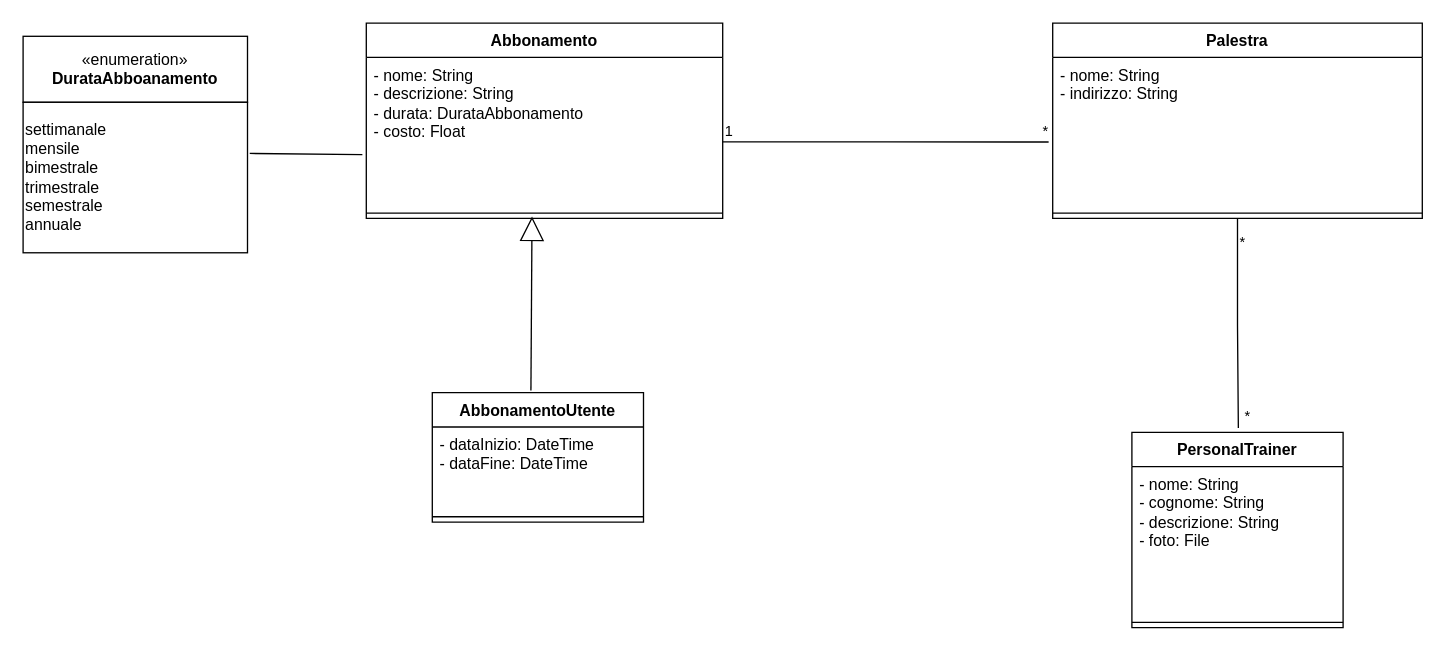
Before: Diagrammi_UML/Palestra.drawio in JosephBoom02/Progetto_Ingegneria_del_Software, a draw.io diagram. Source tidied: cells renumbered, new cells numbered last; positions are measured from the earlier drawing's top-left corner, leaving out a move shared by most shapes. Both pictures are drawn from the tidied source at 132%, with x=0, y=0 at pixel (22, 22).
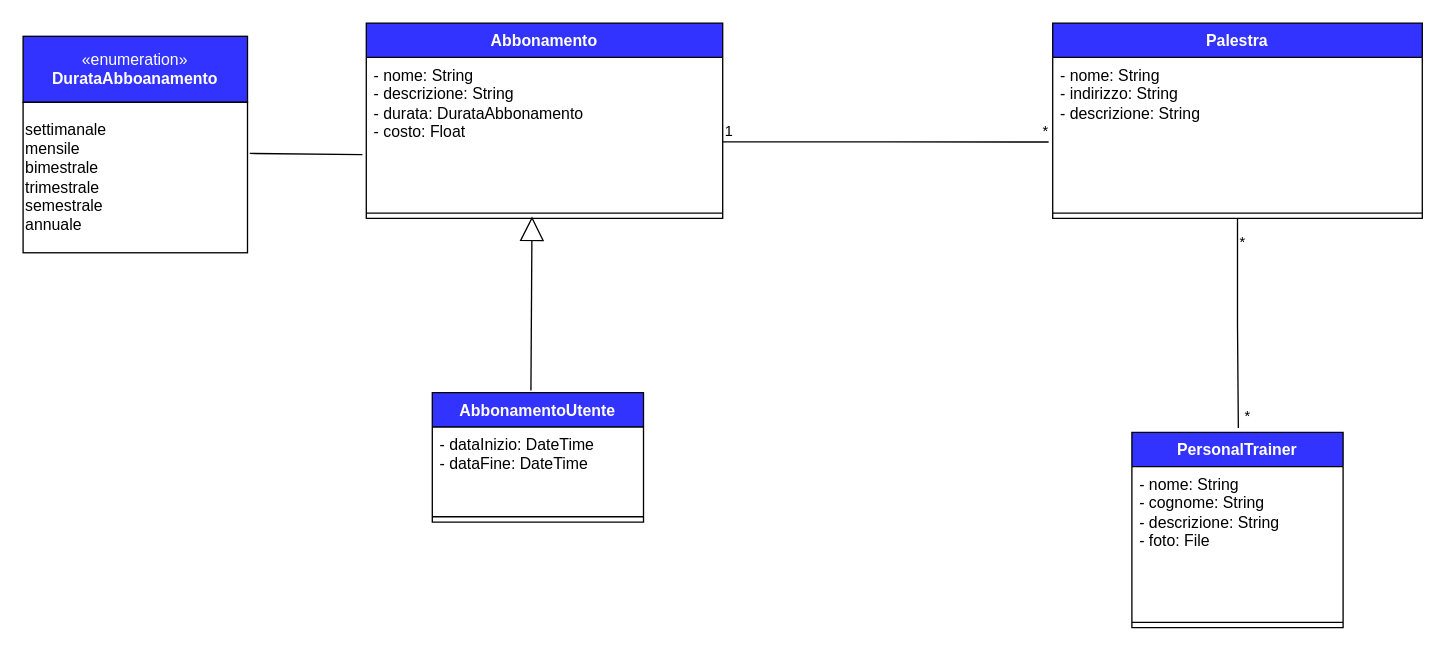
The same page after the edit.

Change to the diagram source:
```diff
@@
-    <mxCell id="2" value="Abbonamento" style="swimlane;fontStyle=1;align=center;verticalAlign=top;horizontal=1;startSize=26;whiteSpace=wrap;html=1;" parent="1" vertex="1">
+    <mxCell id="2" value="&lt;font color=&quot;#ffffff&quot;&gt;Abbonamento&lt;/font&gt;" style="swimlane;fontStyle=1;align=center;verticalAlign=top;horizontal=1;startSize=26;whiteSpace=wrap;html=1;fillColor=#3333FF;" parent="1" vertex="1">
       <mxGeometry x="260" width="270" height="148" as="geometry" />
     </mxCell>
@@
-    <mxCell id="5" value="«enumeration»&lt;br&gt;&lt;b&gt;DurataAbboanamento&lt;/b&gt;" style="html=1;whiteSpace=wrap;" parent="1" vertex="1">
+    <mxCell id="5" value="&lt;font color=&quot;#ffffff&quot;&gt;«enumeration»&lt;br&gt;&lt;b&gt;DurataAbboanamento&lt;/b&gt;&lt;/font&gt;" style="html=1;whiteSpace=wrap;fillColor=#3333FF;" parent="1" vertex="1">
       <mxGeometry y="10" width="170" height="50" as="geometry" />
     </mxCell>
@@
-    <mxCell id="8" value="Palestra" style="swimlane;fontStyle=1;align=center;verticalAlign=top;horizontal=1;startSize=26;whiteSpace=wrap;html=1;" parent="1" vertex="1">
+    <mxCell id="8" value="&lt;font color=&quot;#ffffff&quot;&gt;Palestra&lt;/font&gt;" style="swimlane;fontStyle=1;align=center;verticalAlign=top;horizontal=1;startSize=26;whiteSpace=wrap;html=1;fillColor=#3333FF;" parent="1" vertex="1">
       <mxGeometry x="780" width="280" height="148" as="geometry" />
     </mxCell>
-    <mxCell id="9" value="&lt;div&gt;- nome: String&lt;/div&gt;&lt;div&gt;- indirizzo: String&lt;/div&gt;" style="text;strokeColor=none;fillColor=none;align=left;verticalAlign=top;spacingLeft=4;spacingRight=4;overflow=hidden;points=[[0,0.5],[1,0.5]];portConstraint=eastwest;whiteSpace=wrap;html=1;" parent="8" vertex="1">
+    <mxCell id="9" value="&lt;div&gt;- nome: String&lt;/div&gt;&lt;div&gt;- indirizzo: String&lt;/div&gt;&lt;div&gt;- descrizione: String&lt;br&gt;&lt;/div&gt;" style="text;strokeColor=none;fillColor=none;align=left;verticalAlign=top;spacingLeft=4;spacingRight=4;overflow=hidden;points=[[0,0.5],[1,0.5]];portConstraint=eastwest;whiteSpace=wrap;html=1;" parent="8" vertex="1">
       <mxGeometry y="26" width="280" height="114" as="geometry" />
     </mxCell>
@@
-    <mxCell id="11" value="PersonalTrainer" style="swimlane;fontStyle=1;align=center;verticalAlign=top;horizontal=1;startSize=26;whiteSpace=wrap;html=1;" parent="1" vertex="1">
+    <mxCell id="11" value="&lt;font color=&quot;#ffffff&quot;&gt;PersonalTrainer&lt;/font&gt;" style="swimlane;fontStyle=1;align=center;verticalAlign=top;horizontal=1;startSize=26;whiteSpace=wrap;html=1;fillColor=#3333FF;" parent="1" vertex="1">
       <mxGeometry x="840" y="310" width="160" height="148" as="geometry" />
     </mxCell>
@@
-    <mxCell id="17" value="AbbonamentoUtente" style="swimlane;fontStyle=1;align=center;verticalAlign=top;horizontal=1;startSize=26;whiteSpace=wrap;html=1;" parent="1" vertex="1">
+    <mxCell id="17" value="&lt;font color=&quot;#ffffff&quot;&gt;AbbonamentoUtente&lt;/font&gt;" style="swimlane;fontStyle=1;align=center;verticalAlign=top;horizontal=1;startSize=26;whiteSpace=wrap;html=1;fillColor=#3333FF;" parent="1" vertex="1">
       <mxGeometry x="310" y="280" width="160" height="98" as="geometry" />
     </mxCell>
```
